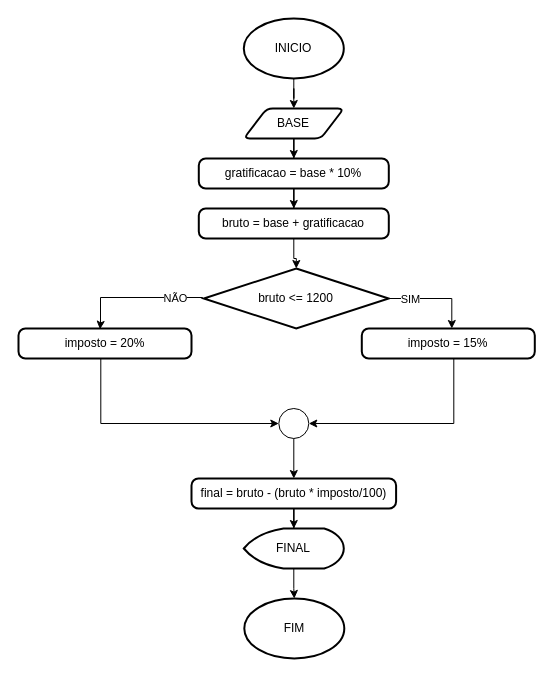
Above: Fluxo_Semana2_07.drawio in gabriel-carvalhos/fluxogramas-bootcamp-cdb (draw.io), before the change. Source tidied: cells renumbered, new cells numbered last; positions are measured from the earlier drawing's top-left corner, leaving out a move shared by most shapes. Both pictures are drawn from the tidied source at 100%, with x=0, y=0 at pixel (18, 18).
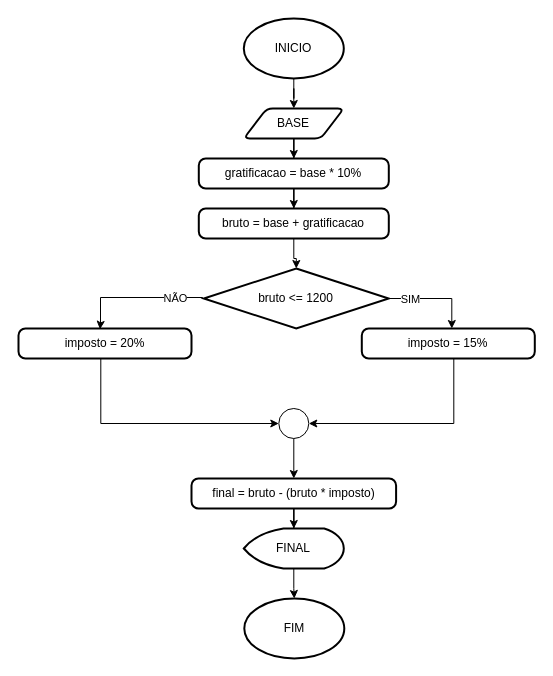
Above is the later version.

What changed in the source:
```diff
@@
-    <mxCell id="24" value="final = bruto - (bruto * imposto/100)" style="rounded=1;whiteSpace=wrap;html=1;absoluteArcSize=1;arcSize=14;strokeWidth=2;" parent="1" vertex="1">
+    <mxCell id="24" value="final = bruto - (bruto * imposto)" style="rounded=1;whiteSpace=wrap;html=1;absoluteArcSize=1;arcSize=14;strokeWidth=2;" parent="1" vertex="1">
       <mxGeometry x="173" y="460" width="204.6" height="30" as="geometry" />
     </mxCell>
```
